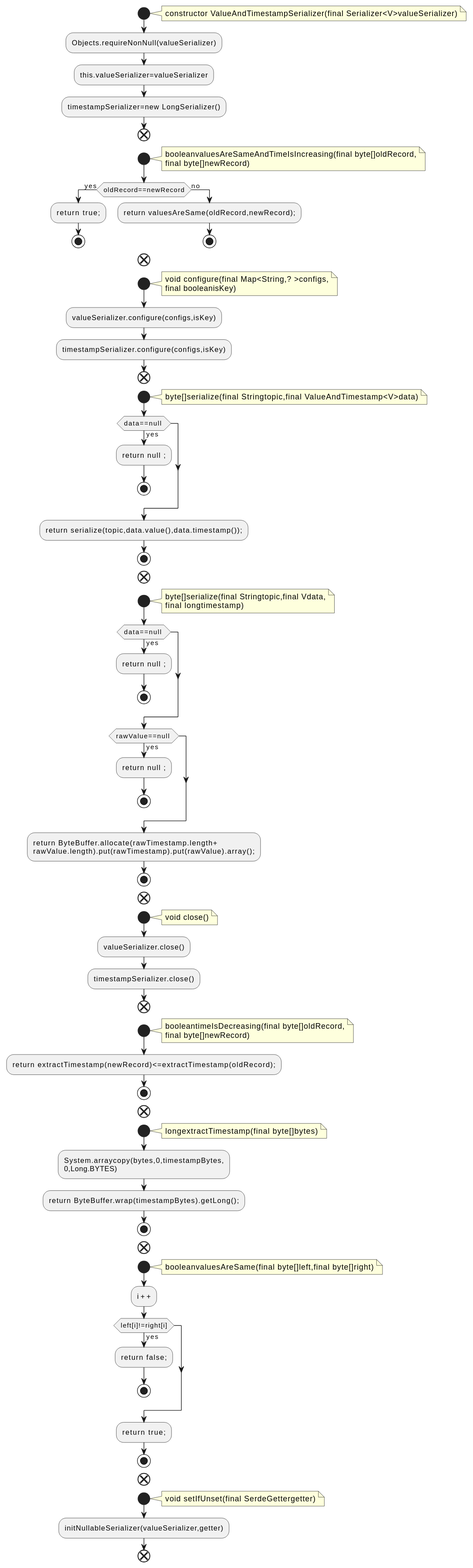
Before: docs/qc/streams/src/main/java/org/apache/kafka/streams/state/internals/ValueAndTimestampSerializer.java.fct.svg, a diagram exported from PlantUML (qualitesys/kafka).
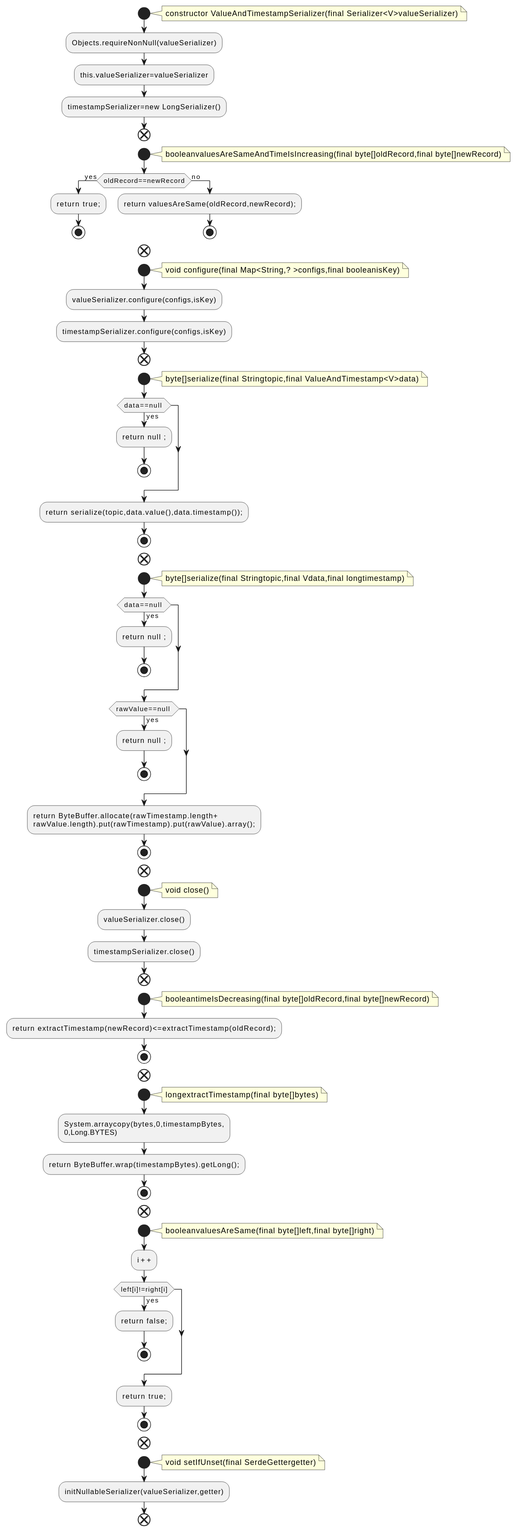
The same file after the commit.

The edit, as a diff of the source:
```diff
@@ -10,8 +10,7 @@
 end
 start
 note right
-booleanvaluesAreSameAndTimeIsIncreasing(final byte[]oldRecord,
-final byte[]newRecord)
+booleanvaluesAreSameAndTimeIsIncreasing(final byte[]oldRecord,final byte[]newRecord)
 end note
 if (oldRecord==newRecord) then (yes)
 :return true;;
@@ -23,8 +22,7 @@
 end
 start
 note right
-void configure(final Map<String,? >configs,
-final booleanisKey)
+void configure(final Map<String,? >configs,final booleanisKey)
 end note
 :valueSerializer.configure(configs,isKey);
 :timestampSerializer.configure(configs,isKey);
@@ -42,8 +40,7 @@
 end
 start
 note right
-byte[]serialize(final Stringtopic,final Vdata,
-final longtimestamp)
+byte[]serialize(final Stringtopic,final Vdata,final longtimestamp)
 end note
 if (data==null ) then (yes)
 :return null ;;
@@ -66,8 +63,7 @@
 end
 start
 note right
-booleantimeIsDecreasing(final byte[]oldRecord,
-final byte[]newRecord)
+booleantimeIsDecreasing(final byte[]oldRecord,final byte[]newRecord)
 end note
 :return extractTimestamp(newRecord)<=extractTimestamp(oldRecord);;
 stop
```
